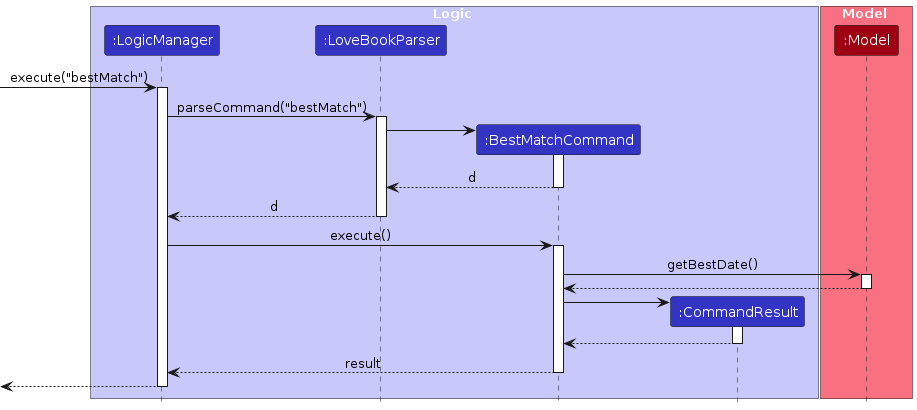
Earlier version of the PlantUML export diagrams/BestMatchSequence.png (AY2324S1-CS2103T-F10-2/tp). Its source is kept beside it as diagrams/BestMatchSequence.puml.
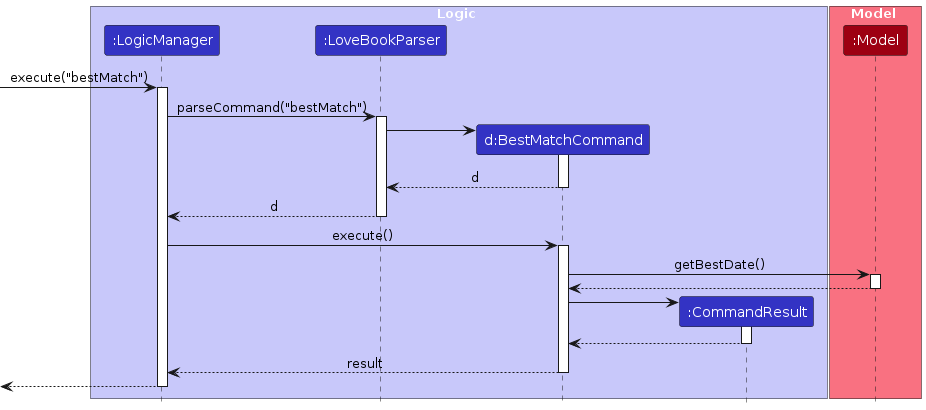
The same diagram one commit later.

The edit, as a diff of the source:
```diff
@@ -5,7 +5,7 @@
 box Logic LOGIC_COLOR_T1
 participant ":LogicManager" as LogicManager LOGIC_COLOR
 participant ":LoveBookParser" as LoveBookParser LOGIC_COLOR
-participant ":BestMatchCommand" as BestMatchCommand LOGIC_COLOR
+participant "d:BestMatchCommand" as BestMatchCommand LOGIC_COLOR
 participant ":CommandResult" as CommandResult LOGIC_COLOR
 end box
 
```
